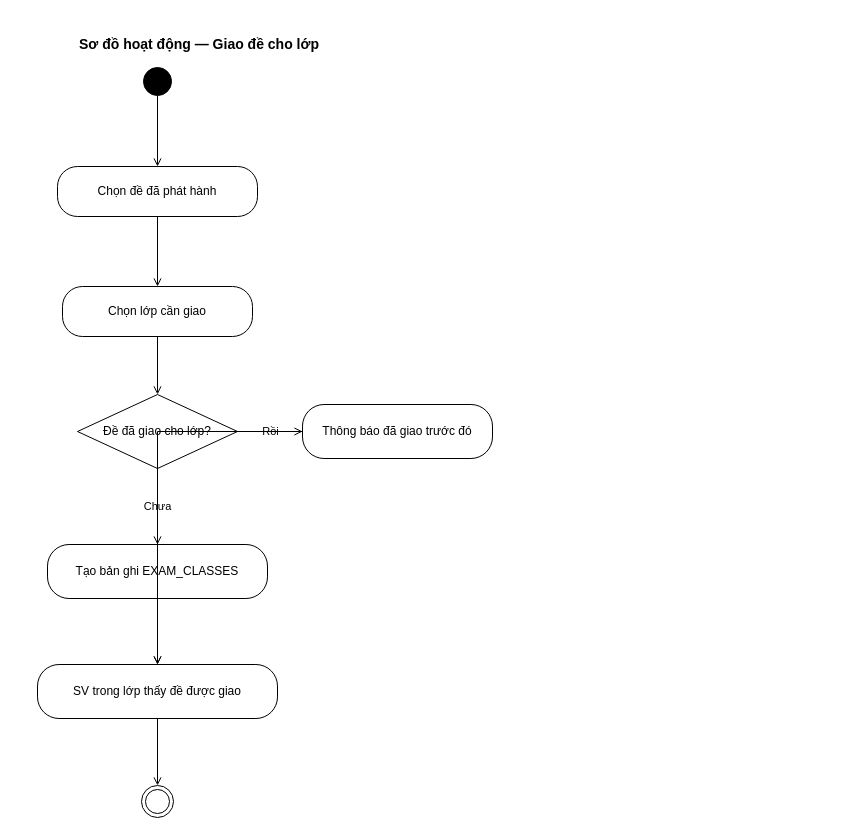
Above: So_do_LVTN/17_Hoat_dong_Giao_de.drawio in Librainterntolive/LVTN_NGANHANGDE (draw.io), before the change. Source tidied: cells renumbered, new cells numbered last; positions are measured from the earlier drawing's top-left corner, leaving out a move shared by most shapes. Both pictures are drawn from the tidied source at 100%, with x=0, y=0 at pixel (37, 29).
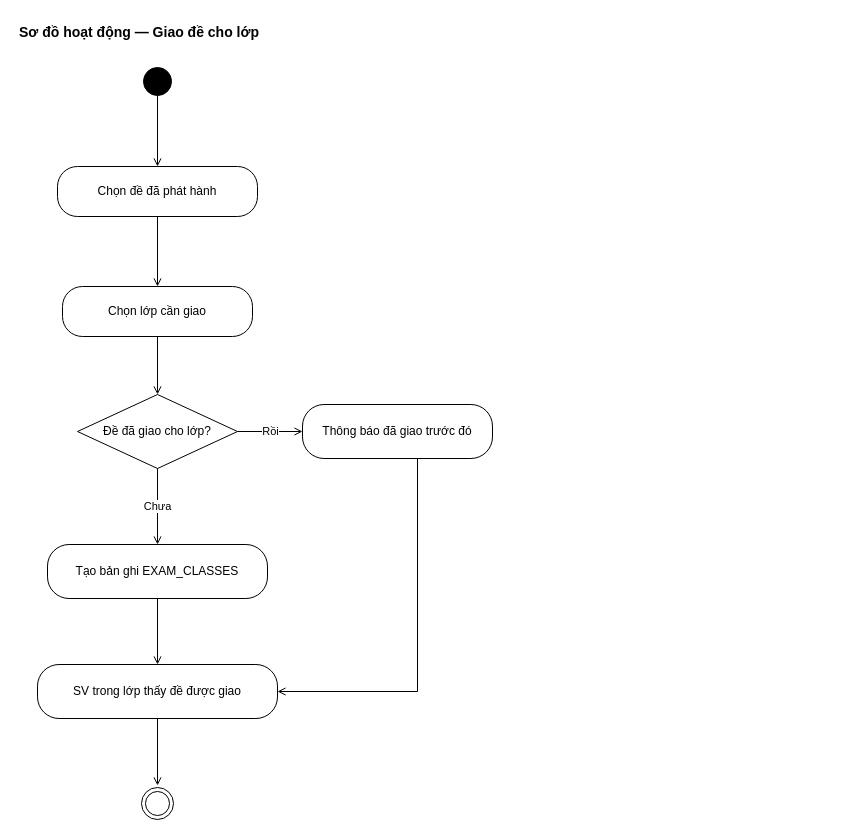
After the change.

Unchanged cells that the change refers to:
```xml
<mxCell id="8" value="Thông báo đã giao trước đó" style="rounded=1;whiteSpace=wrap;html=1;fillColor=none;arcSize=40;" parent="1" vertex="1">
  <mxGeometry x="265" y="375" width="190" height="54" as="geometry" />
</mxCell>
<mxCell id="9" value="SV trong lớp thấy đề được giao" style="rounded=1;whiteSpace=wrap;html=1;fillColor=none;arcSize=40;" parent="1" vertex="1">
  <mxGeometry y="635" width="240" height="54" as="geometry" />
</mxCell>
```

The edit, as a diff of the source:
```diff
@@
     <mxCell id="2" value="Sơ đồ hoạt động — Giao đề cho lớp" style="text;html=1;fontStyle=1;fontSize=14;" parent="1" vertex="1">
-      <mxGeometry x="40" width="760" height="26" as="geometry" />
+      <mxGeometry x="-20" y="-12" width="300" height="26" as="geometry" />
     </mxCell>
@@
     <mxCell id="10" style="ellipse;fillColor=none;html=1;shape=endState;" parent="1" vertex="1">
-      <mxGeometry x="104" y="756" width="32" height="32" as="geometry" />
+      <mxGeometry x="104" y="758" width="32" height="32" as="geometry" />
     </mxCell>
@@
     <mxCell id="17" style="endArrow=open;html=1;edgeStyle=orthogonalEdgeStyle;rounded=0;" parent="1" edge="1" source="8" target="9">
-      <mxGeometry relative="1" as="geometry" />
+      <mxGeometry relative="1" as="geometry">
+        <Array as="points">
+          <mxPoint x="380" y="662" />
+        </Array>
+      </mxGeometry>
     </mxCell>
-    <mxCell id="18" style="endArrow=open;html=1;edgeStyle=orthogonalEdgeStyle;rounded=0;" parent="1" edge="1" source="9" target="10">
-      <mxGeometry relative="1" as="geometry" />
+    <mxCell id="18" style="endArrow=open;html=1;edgeStyle=orthogonalEdgeStyle;rounded=0;" parent="1" edge="1" source="9">
+      <mxGeometry relative="1" as="geometry">
+        <mxPoint x="120" y="756" as="targetPoint" />
+      </mxGeometry>
     </mxCell>
```
